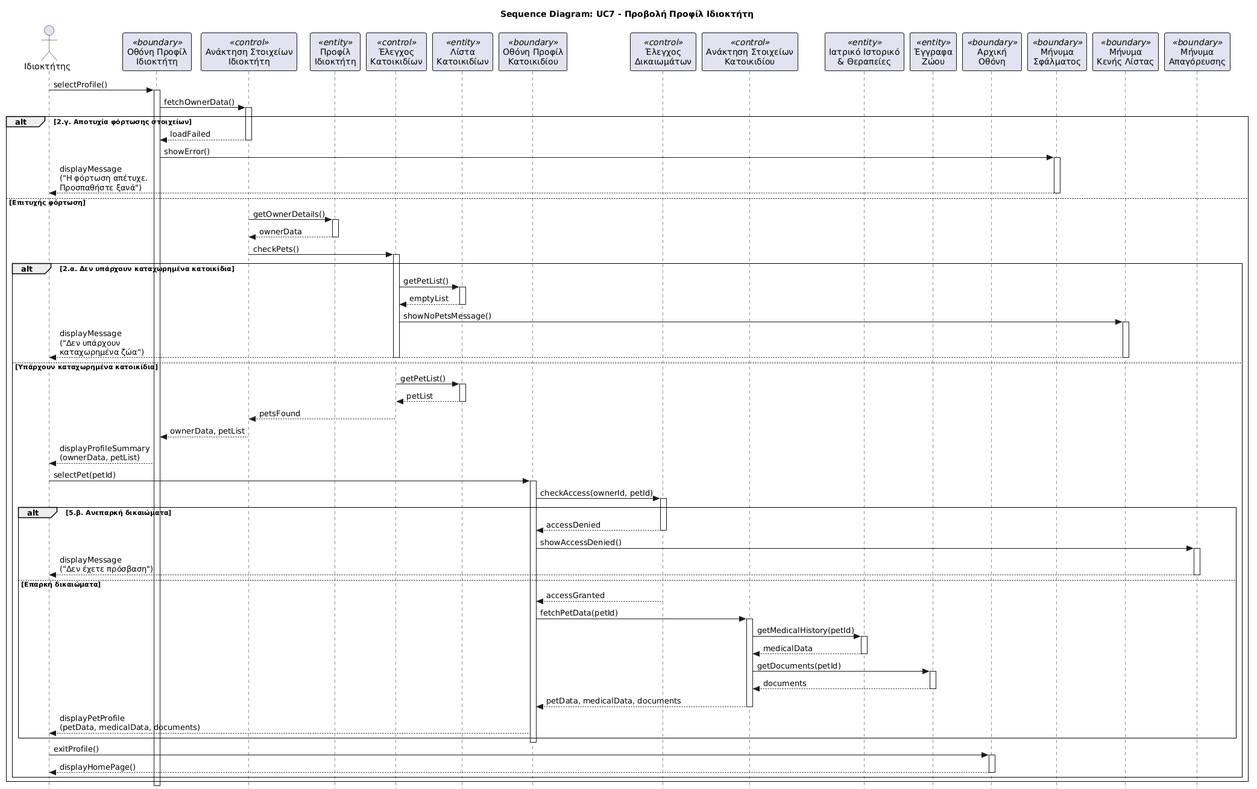
Earlier version of the PlantUML export sequenceDiagram_uc7.png (Dellos-code/VetPro).
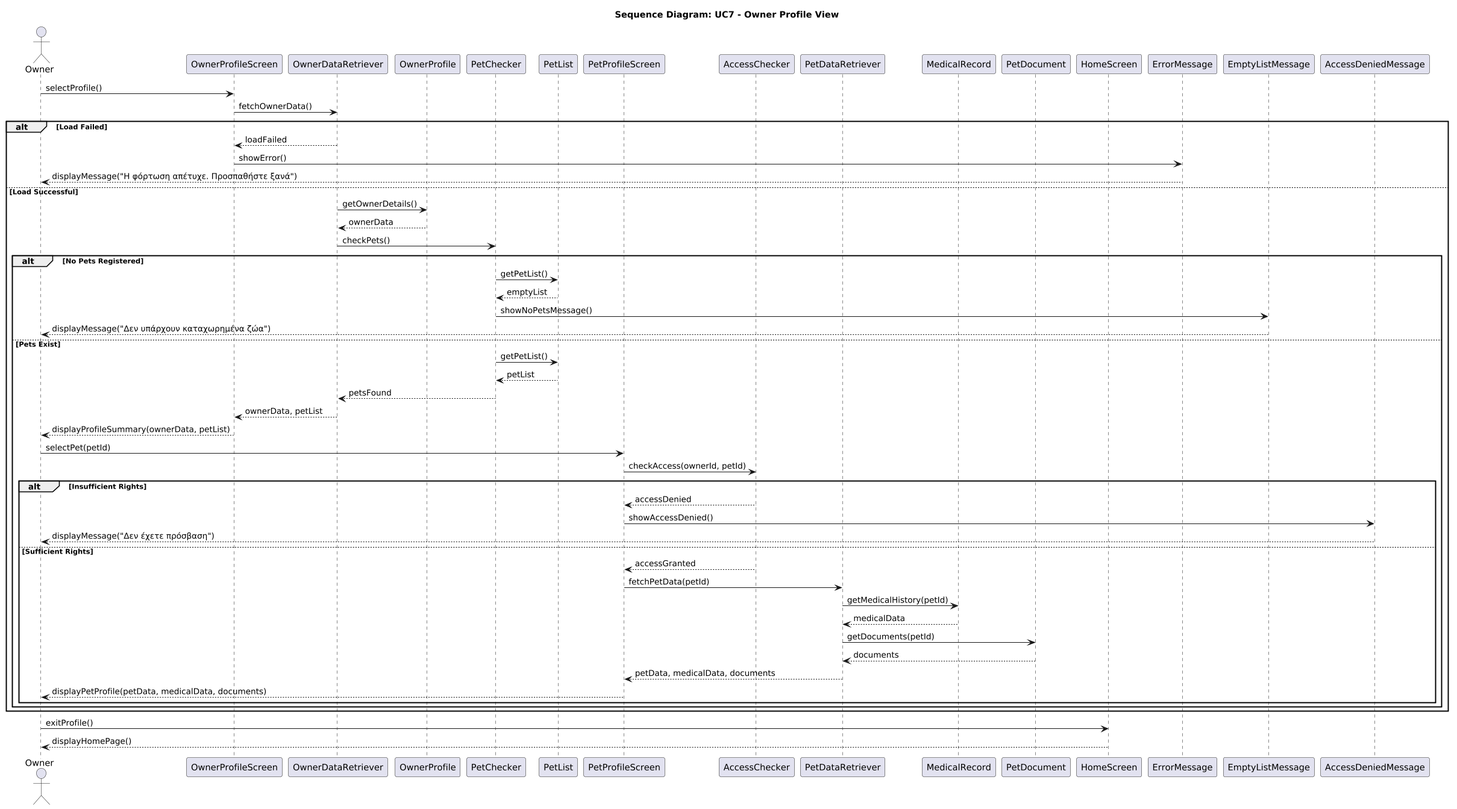
After the commit.

The edit, as a diff of the source:
```diff
@@ -1,129 +1,66 @@
 @startuml
-skinparam style strictuml
-skinparam backgroundColor white
-skinparam defaultFontName Arial
-skinparam sequenceArrowThickness 1
-skinparam sequenceParticipantBorderThickness 1
-skinparam sequenceGroupBorderThickness 1
+title Sequence Diagram: UC7 - Owner Profile View
+skinparam dpi 100
+actor Owner
+participant OwnerProfileScreen
+participant OwnerDataRetriever
+participant OwnerProfile
+participant PetChecker
+participant PetList
+participant PetProfileScreen
+participant AccessChecker
+participant PetDataRetriever
+participant MedicalRecord
+participant PetDocument
+participant HomeScreen
+participant ErrorMessage
+participant EmptyListMessage
+participant AccessDeniedMessage
 
-title Sequence Diagram: UC7 - Προβολή Προφίλ Ιδιοκτήτη
+Owner -> OwnerProfileScreen : selectProfile()
+OwnerProfileScreen -> OwnerDataRetriever : fetchOwnerData()
 
-actor "Ιδιοκτήτης" as Owner
+alt Load Failed
+    OwnerDataRetriever --> OwnerProfileScreen : loadFailed
+    OwnerProfileScreen -> ErrorMessage : showError()
+    ErrorMessage --> Owner : displayMessage("Η φόρτωση απέτυχε. Προσπαθήστε ξανά")
+else Load Successful
+    OwnerDataRetriever -> OwnerProfile : getOwnerDetails()
+    OwnerProfile --> OwnerDataRetriever : ownerData
+    OwnerDataRetriever -> PetChecker : checkPets()
 
-participant "Οθόνη Προφίλ\nΙδιοκτήτη" as B_ProfileScreen <<boundary>>
-participant "Ανάκτηση Στοιχείων\nΙδιοκτήτη" as C_FetchOwner <<control>>
-participant "Προφίλ\nΙδιοκτήτη" as E_OwnerProfile <<entity>>
-participant "Έλεγχος\nΚατοικιδίων" as C_CheckPets <<control>>
-participant "Λίστα\nΚατοικιδίων" as E_PetList <<entity>>
-participant "Οθόνη Προφίλ\nΚατοικιδίου" as B_PetScreen <<boundary>>
-participant "Έλεγχος\nΔικαιωμάτων" as C_CheckAccess <<control>>
-participant "Ανάκτηση Στοιχείων\nΚατοικιδίου" as C_FetchPet <<control>>
-participant "Ιατρικό Ιστορικό\n& Θεραπείες" as E_MedHistory <<entity>>
-participant "Έγγραφα\nΖώου" as E_Docs <<entity>>
-participant "Αρχική\nΟθόνη" as B_HomeScreen <<boundary>>
+    alt No Pets Registered
+        PetChecker -> PetList : getPetList()
+        PetList --> PetChecker : emptyList
+        PetChecker -> EmptyListMessage : showNoPetsMessage()
+        EmptyListMessage --> Owner : displayMessage("Δεν υπάρχουν καταχωρημένα ζώα")
+    else Pets Exist
+        PetChecker -> PetList : getPetList()
+        PetList --> PetChecker : petList
+        PetChecker --> OwnerDataRetriever : petsFound
+        OwnerDataRetriever --> OwnerProfileScreen : ownerData, petList
+        OwnerProfileScreen --> Owner : displayProfileSummary(ownerData, petList)
 
+        Owner -> PetProfileScreen : selectPet(petId)
+        PetProfileScreen -> AccessChecker : checkAccess(ownerId, petId)
 
-Owner -> B_ProfileScreen : selectProfile()
-activate B_ProfileScreen
-
-B_ProfileScreen -> C_FetchOwner : fetchOwnerData()
-activate C_FetchOwner
-
-alt 2.γ. Αποτυχία φόρτωσης στοιχείων
-    C_FetchOwner --> B_ProfileScreen : loadFailed
-    deactivate C_FetchOwner
-
-    participant "Μήνυμα\nΣφάλματος" as B_LoadErrorMsg <<boundary>>
-    B_ProfileScreen -> B_LoadErrorMsg : showError()
-    activate B_LoadErrorMsg
-    B_LoadErrorMsg --> Owner : displayMessage\n("Η φόρτωση απέτυχε.\nΠροσπαθήστε ξανά")
-    deactivate B_LoadErrorMsg
-
-else Επιτυχής φόρτωση
-    C_FetchOwner -> E_OwnerProfile : getOwnerDetails()
-    activate E_OwnerProfile
-    E_OwnerProfile --> C_FetchOwner : ownerData
-    deactivate E_OwnerProfile
-
-    C_FetchOwner -> C_CheckPets : checkPets()
-    activate C_CheckPets
-
-    alt 2.α. Δεν υπάρχουν καταχωρημένα κατοικίδια
-        C_CheckPets -> E_PetList : getPetList()
-        activate E_PetList
-        E_PetList --> C_CheckPets : emptyList
-        deactivate E_PetList
-
-        participant "Μήνυμα\nΚενής Λίστας" as B_NoPetsMsg <<boundary>>
-        C_CheckPets -> B_NoPetsMsg : showNoPetsMessage()
-        activate B_NoPetsMsg
-        B_NoPetsMsg --> Owner : displayMessage\n("Δεν υπάρχουν\nκαταχωρημένα ζώα")
-        deactivate B_NoPetsMsg
-        deactivate C_CheckPets
-
-    else Υπάρχουν καταχωρημένα κατοικίδια
-        C_CheckPets -> E_PetList : getPetList()
-        activate E_PetList
-        E_PetList --> C_CheckPets : petList
-        deactivate E_PetList
-        C_CheckPets --> C_FetchOwner : petsFound
-        deactivate C_CheckPets
-
-        C_FetchOwner --> B_ProfileScreen : ownerData, petList
-        deactivate C_FetchOwner
-
-        B_ProfileScreen --> Owner : displayProfileSummary\n(ownerData, petList)
-
-        Owner -> B_PetScreen : selectPet(petId)
-        activate B_PetScreen
-
-        B_PetScreen -> C_CheckAccess : checkAccess(ownerId, petId)
-        activate C_CheckAccess
-
-        alt 5.β. Ανεπαρκή δικαιώματα
-            C_CheckAccess --> B_PetScreen : accessDenied
-            deactivate C_CheckAccess
-
-            participant "Μήνυμα\nΑπαγόρευσης" as B_AccessDeniedMsg <<boundary>>
-            B_PetScreen -> B_AccessDeniedMsg : showAccessDenied()
-            activate B_AccessDeniedMsg
-            B_AccessDeniedMsg --> Owner : displayMessage\n("Δεν έχετε πρόσβαση")
-            deactivate B_AccessDeniedMsg
-
-        else Επαρκή δικαιώματα
-            C_CheckAccess --> B_PetScreen : accessGranted
-            deactivate C_CheckAccess
-
-            B_PetScreen -> C_FetchPet : fetchPetData(petId)
-            activate C_FetchPet
-
-            C_FetchPet -> E_MedHistory : getMedicalHistory(petId)
-            activate E_MedHistory
-            E_MedHistory --> C_FetchPet : medicalData
-            deactivate E_MedHistory
-
-            C_FetchPet -> E_Docs : getDocuments(petId)
-            activate E_Docs
-            E_Docs --> C_FetchPet : documents
-            deactivate E_Docs
-
-            C_FetchPet --> B_PetScreen : petData, medicalData, documents
-            deactivate C_FetchPet
-
-            B_PetScreen --> Owner : displayPetProfile\n(petData, medicalData, documents)
-
+        alt Insufficient Rights
+            AccessChecker --> PetProfileScreen : accessDenied
+            PetProfileScreen -> AccessDeniedMessage : showAccessDenied()
+            AccessDeniedMessage --> Owner : displayMessage("Δεν έχετε πρόσβαση")
+        else Sufficient Rights
+            AccessChecker --> PetProfileScreen : accessGranted
+            PetProfileScreen -> PetDataRetriever : fetchPetData(petId)
+            PetDataRetriever -> MedicalRecord : getMedicalHistory(petId)
+            MedicalRecord --> PetDataRetriever : medicalData
+            PetDataRetriever -> PetDocument : getDocuments(petId)
+            PetDocument --> PetDataRetriever : documents
+            PetDataRetriever --> PetProfileScreen : petData, medicalData, documents
+            PetProfileScreen --> Owner : displayPetProfile(petData, medicalData, documents)
         end
-
-        deactivate B_PetScreen
-
-        Owner -> B_HomeScreen : exitProfile()
-        activate B_HomeScreen
-        B_HomeScreen --> Owner : displayHomePage()
-        deactivate B_HomeScreen
-
     end
-
 end
 
-deactivate B_ProfileScreen
+Owner -> HomeScreen : exitProfile()
+HomeScreen --> Owner : displayHomePage()
 @enduml
```
